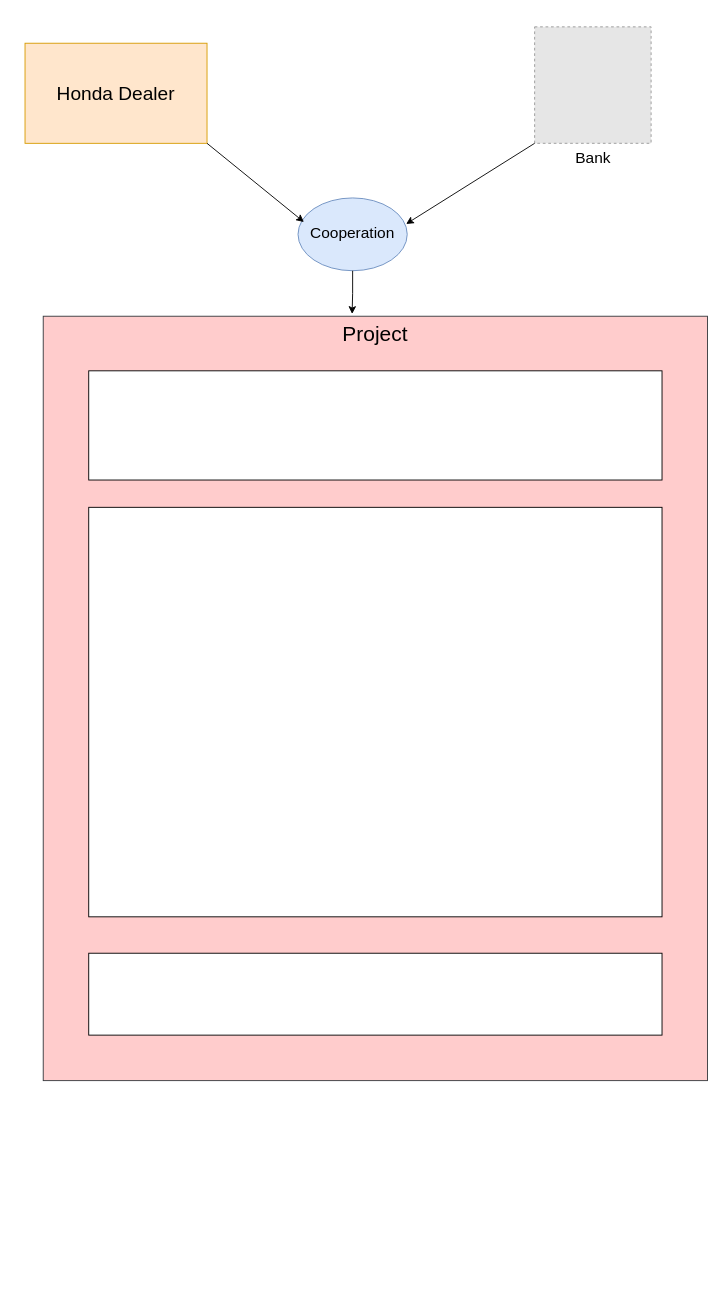
paidaxingz/draw.io keeps this draw.io diagram as 合作项目.drawio. Above is the earlier version. Source tidied: cells renumbered, new cells numbered last; positions are measured from the earlier drawing's top-left corner, leaving out a move shared by most shapes. Both pictures are drawn from the tidied source at 91%, with x=0, y=0 at pixel (25, 26). Pictures stored in the file or linked from it are replaced by grey dashed boxes.
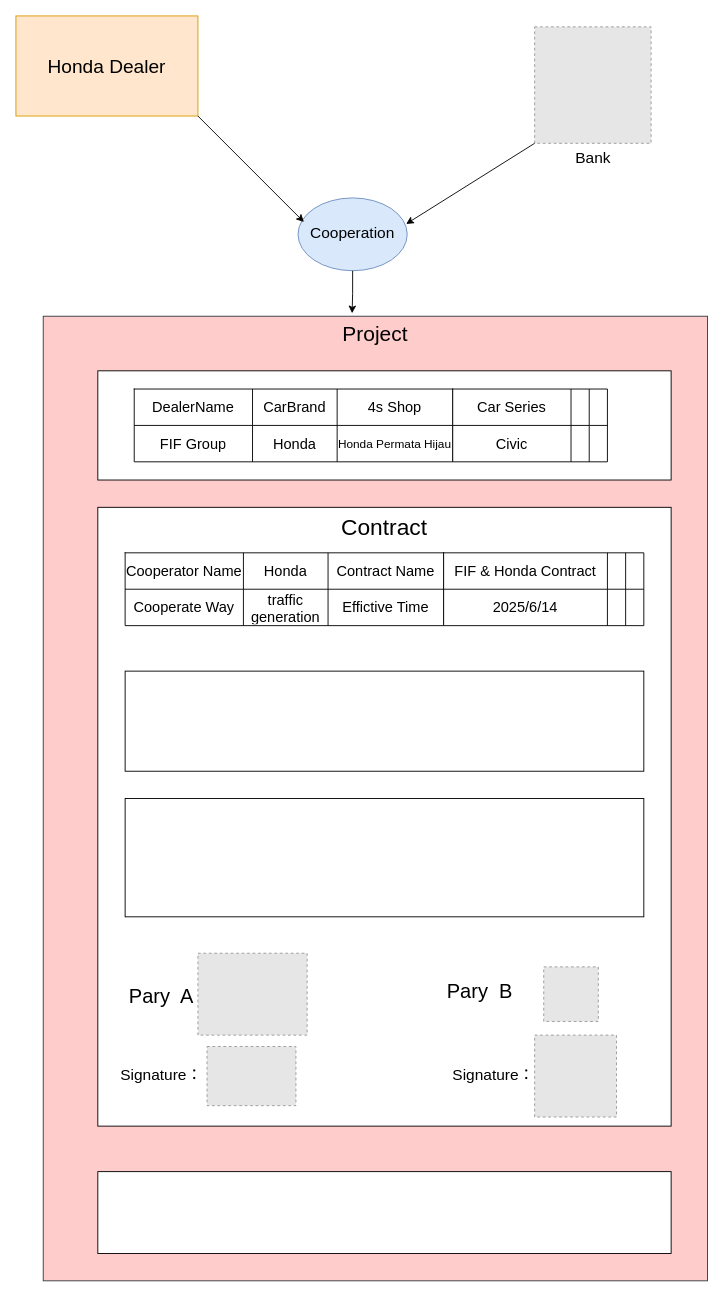
Above is the later version.

Commit message (it also covers changes not shown here):
更新合作项目.drawio

Diff of the diagram source:
```diff
@@
     <mxCell id="2" value="Honda Dealer" style="text;html=1;align=center;verticalAlign=middle;whiteSpace=wrap;rounded=0;fillColor=#ffe6cc;strokeColor=#d79b00;fontSize=21;" parent="1" vertex="1">
-      <mxGeometry y="18" width="200" height="110" as="geometry" />
+      <mxGeometry x="-10" y="-12" width="200" height="110" as="geometry" />
     </mxCell>
@@
     <mxCell id="7" value="Project" style="rounded=0;whiteSpace=wrap;html=1;verticalAlign=top;fontSize=23;fillColor=#ffcccc;strokeColor=#36393d;" parent="1" vertex="1">
-      <mxGeometry x="20" y="318" width="730" height="840" as="geometry" />
+      <mxGeometry x="20" y="318" width="730" height="1060" as="geometry" />
     </mxCell>
@@
     <mxCell id="9" style="rounded=0;whiteSpace=wrap;html=1;" parent="1" vertex="1">
-      <mxGeometry x="70" y="378" width="630" height="120" as="geometry" />
+      <mxGeometry x="80" y="378" width="630" height="120" as="geometry" />
     </mxCell>
-    <mxCell id="10" style="rounded=0;whiteSpace=wrap;html=1;" parent="1" vertex="1">
-      <mxGeometry x="70" y="528" width="630" height="450" as="geometry" />
+    <mxCell id="10" value="Contract" style="rounded=0;whiteSpace=wrap;html=1;verticalAlign=top;fontSize=25;" parent="1" vertex="1">
+      <mxGeometry x="80" y="528" width="630" height="680" as="geometry" />
     </mxCell>
     <mxCell id="11" style="rounded=0;whiteSpace=wrap;html=1;" parent="1" vertex="1">
-      <mxGeometry x="70" y="1018" width="630" height="90" as="geometry" />
+      <mxGeometry x="80" y="1258" width="630" height="90" as="geometry" />
     </mxCell>
+    <mxCell id="12" style="shape=table;startSize=0;childLayout=tableLayout;fontSize=16;" parent="1" vertex="1">
+      <mxGeometry x="120" y="398" width="350" height="80" as="geometry" />
+    </mxCell>
+    <mxCell id="13" style="shape=tableRow;horizontal=0;startSize=0;swimlaneHead=0;swimlaneBody=0;strokeColor=inherit;top=0;left=0;bottom=0;right=0;fillColor=none;fontSize=16;" parent="12" vertex="1">
+      <mxGeometry width="350" height="40" as="geometry" />
+    </mxCell>
+    <mxCell id="14" value="DealerName" style="shape=partialRectangle;html=1;whiteSpace=wrap;strokeColor=inherit;overflow=hidden;fillColor=none;top=0;left=0;bottom=0;right=0;fontSize=16;" parent="13" vertex="1">
+      <mxGeometry width="130" height="40" as="geometry" />
+    </mxCell>
+    <mxCell id="15" value="CarBrand" style="shape=partialRectangle;html=1;whiteSpace=wrap;strokeColor=inherit;overflow=hidden;fillColor=none;top=0;left=0;bottom=0;right=0;fontSize=16;" parent="13" vertex="1">
+      <mxGeometry x="130" width="93" height="40" as="geometry" />
+    </mxCell>
+    <mxCell id="16" value="4s Shop" style="shape=partialRectangle;html=1;whiteSpace=wrap;strokeColor=inherit;overflow=hidden;fillColor=none;top=0;left=0;bottom=0;right=0;fontSize=16;" parent="13" vertex="1">
+      <mxGeometry x="223" width="127" height="40" as="geometry" />
+    </mxCell>
+    <mxCell id="17" style="shape=tableRow;horizontal=0;startSize=0;swimlaneHead=0;swimlaneBody=0;strokeColor=inherit;top=0;left=0;bottom=0;right=0;fillColor=none;fontSize=16;" parent="12" vertex="1">
+      <mxGeometry y="40" width="350" height="40" as="geometry" />
+    </mxCell>
+    <mxCell id="18" value="FIF Group" style="shape=partialRectangle;html=1;whiteSpace=wrap;strokeColor=inherit;overflow=hidden;fillColor=none;top=0;left=0;bottom=0;right=0;fontSize=16;" parent="17" vertex="1">
+      <mxGeometry width="130" height="40" as="geometry" />
+    </mxCell>
+    <mxCell id="19" value="Honda" style="shape=partialRectangle;html=1;whiteSpace=wrap;strokeColor=inherit;overflow=hidden;fillColor=none;top=0;left=0;bottom=0;right=0;fontSize=16;" parent="17" vertex="1">
+      <mxGeometry x="130" width="93" height="40" as="geometry" />
+    </mxCell>
+    <mxCell id="20" value="&lt;span&gt;Honda Permata Hijau&lt;/span&gt;" style="shape=partialRectangle;html=1;whiteSpace=wrap;strokeColor=inherit;overflow=hidden;fillColor=none;top=0;left=0;bottom=0;right=0;fontSize=13;" parent="17" vertex="1">
+      <mxGeometry x="223" width="127" height="40" as="geometry" />
+    </mxCell>
+    <mxCell id="21" style="shape=table;startSize=0;childLayout=tableLayout;fontSize=16;" parent="1" vertex="1">
+      <mxGeometry x="470" y="398" width="170" height="80" as="geometry" />
+    </mxCell>
+    <mxCell id="22" style="shape=tableRow;horizontal=0;startSize=0;swimlaneHead=0;swimlaneBody=0;strokeColor=inherit;top=0;left=0;bottom=0;right=0;fillColor=none;fontSize=16;" parent="21" vertex="1">
+      <mxGeometry width="170" height="40" as="geometry" />
+    </mxCell>
+    <mxCell id="23" value="Car Series" style="shape=partialRectangle;html=1;whiteSpace=wrap;strokeColor=inherit;overflow=hidden;fillColor=none;top=0;left=0;bottom=0;right=0;fontSize=16;" parent="22" vertex="1">
+      <mxGeometry width="130" height="40" as="geometry" />
+    </mxCell>
+    <mxCell id="24" style="shape=partialRectangle;html=1;whiteSpace=wrap;strokeColor=inherit;overflow=hidden;fillColor=none;top=0;left=0;bottom=0;right=0;fontSize=16;" parent="22" vertex="1">
+      <mxGeometry x="130" width="20" height="40" as="geometry" />
+    </mxCell>
+    <mxCell id="25" style="shape=partialRectangle;html=1;whiteSpace=wrap;strokeColor=inherit;overflow=hidden;fillColor=none;top=0;left=0;bottom=0;right=0;fontSize=16;" parent="22" vertex="1">
+      <mxGeometry x="150" width="20" height="40" as="geometry" />
+    </mxCell>
+    <mxCell id="26" style="shape=tableRow;horizontal=0;startSize=0;swimlaneHead=0;swimlaneBody=0;strokeColor=inherit;top=0;left=0;bottom=0;right=0;fillColor=none;fontSize=16;" parent="21" vertex="1">
+      <mxGeometry y="40" width="170" height="40" as="geometry" />
+    </mxCell>
+    <mxCell id="27" value="Civic" style="shape=partialRectangle;html=1;whiteSpace=wrap;strokeColor=inherit;overflow=hidden;fillColor=none;top=0;left=0;bottom=0;right=0;fontSize=16;" parent="26" vertex="1">
+      <mxGeometry width="130" height="40" as="geometry" />
+    </mxCell>
+    <mxCell id="28" style="shape=partialRectangle;html=1;whiteSpace=wrap;strokeColor=inherit;overflow=hidden;fillColor=none;top=0;left=0;bottom=0;right=0;fontSize=16;" parent="26" vertex="1">
+      <mxGeometry x="130" width="20" height="40" as="geometry" />
+    </mxCell>
+    <mxCell id="29" style="shape=partialRectangle;html=1;whiteSpace=wrap;strokeColor=inherit;overflow=hidden;fillColor=none;top=0;left=0;bottom=0;right=0;fontSize=13;" parent="26" vertex="1">
+      <mxGeometry x="150" width="20" height="40" as="geometry" />
+    </mxCell>
+    <mxCell id="30" style="rounded=0;whiteSpace=wrap;html=1;" parent="1" vertex="1">
+      <mxGeometry x="110" y="708" width="570" height="110" as="geometry" />
+    </mxCell>
+    <mxCell id="31" style="rounded=0;whiteSpace=wrap;html=1;" parent="1" vertex="1">
+      <mxGeometry x="110" y="848" width="570" height="130" as="geometry" />
+    </mxCell>
+    <mxCell id="32" style="fillColor=#E6E6E6;strokeColor=#999999;dashed=1;verticalLabelPosition=bottom;labelBackgroundColor=default;verticalAlign=top;" parent="1" vertex="1">
+      <mxGeometry x="190" y="1018" width="120" height="90" as="geometry" />
+    </mxCell>
+    <mxCell id="33" style="fillColor=#E6E6E6;strokeColor=#999999;dashed=1;verticalLabelPosition=bottom;labelBackgroundColor=default;verticalAlign=top;" parent="1" vertex="1">
+      <mxGeometry x="570" y="1033" width="60" height="60" as="geometry" />
+    </mxCell>
+    <mxCell id="34" value="Pary&amp;nbsp; A" style="text;html=1;align=center;verticalAlign=middle;whiteSpace=wrap;rounded=0;fontSize=22;" parent="1" vertex="1">
+      <mxGeometry x="100" y="1038" width="100" height="55" as="geometry" />
+    </mxCell>
+    <mxCell id="35" value="Pary&amp;nbsp; B" style="text;html=1;align=center;verticalAlign=middle;whiteSpace=wrap;rounded=0;fontSize=22;" parent="1" vertex="1">
+      <mxGeometry x="450" y="1033" width="100" height="55" as="geometry" />
+    </mxCell>
+    <mxCell id="36" value="Signature：" style="text;html=1;align=center;verticalAlign=middle;whiteSpace=wrap;rounded=0;fontSize=17;" parent="1" vertex="1">
+      <mxGeometry x="95" y="1138" width="110" height="30" as="geometry" />
+    </mxCell>
+    <mxCell id="37" value="Signature：" style="text;html=1;align=center;verticalAlign=middle;whiteSpace=wrap;rounded=0;fontSize=17;" parent="1" vertex="1">
+      <mxGeometry x="460" y="1138" width="110" height="30" as="geometry" />
+    </mxCell>
+    <mxCell id="38" style="fillColor=#E6E6E6;strokeColor=#999999;dashed=1;verticalLabelPosition=bottom;labelBackgroundColor=default;verticalAlign=top;" parent="1" vertex="1">
+      <mxGeometry x="200" y="1120.5" width="97.7" height="65" as="geometry" />
+    </mxCell>
+    <mxCell id="39" style="fillColor=#E6E6E6;strokeColor=#999999;dashed=1;verticalLabelPosition=bottom;labelBackgroundColor=default;verticalAlign=top;" parent="1" vertex="1">
+      <mxGeometry x="560" y="1108" width="90" height="90" as="geometry" />
+    </mxCell>
+    <mxCell id="40" style="shape=table;startSize=0;childLayout=tableLayout;fontSize=16;" parent="1" vertex="1">
+      <mxGeometry x="110" y="578" width="350" height="80" as="geometry" />
+    </mxCell>
+    <mxCell id="41" style="shape=tableRow;horizontal=0;startSize=0;swimlaneHead=0;swimlaneBody=0;strokeColor=inherit;top=0;left=0;bottom=0;right=0;fillColor=none;fontSize=16;" parent="40" vertex="1">
+      <mxGeometry width="350" height="40" as="geometry" />
+    </mxCell>
+    <mxCell id="42" value="Cooperator Name" style="shape=partialRectangle;html=1;whiteSpace=wrap;strokeColor=inherit;overflow=hidden;fillColor=none;top=0;left=0;bottom=0;right=0;fontSize=16;" parent="41" vertex="1">
+      <mxGeometry width="130" height="40" as="geometry" />
+    </mxCell>
+    <mxCell id="43" value="Honda" style="shape=partialRectangle;html=1;whiteSpace=wrap;strokeColor=inherit;overflow=hidden;fillColor=none;top=0;left=0;bottom=0;right=0;fontSize=16;" parent="41" vertex="1">
+      <mxGeometry x="130" width="93" height="40" as="geometry" />
+    </mxCell>
+    <mxCell id="44" value="Contract Name" style="shape=partialRectangle;html=1;whiteSpace=wrap;strokeColor=inherit;overflow=hidden;fillColor=none;top=0;left=0;bottom=0;right=0;fontSize=16;" parent="41" vertex="1">
+      <mxGeometry x="223" width="127" height="40" as="geometry" />
+    </mxCell>
+    <mxCell id="45" style="shape=tableRow;horizontal=0;startSize=0;swimlaneHead=0;swimlaneBody=0;strokeColor=inherit;top=0;left=0;bottom=0;right=0;fillColor=none;fontSize=16;" parent="40" vertex="1">
+      <mxGeometry y="40" width="350" height="40" as="geometry" />
+    </mxCell>
+    <mxCell id="46" value="Cooperate Way" style="shape=partialRectangle;html=1;whiteSpace=wrap;strokeColor=inherit;overflow=hidden;fillColor=none;top=0;left=0;bottom=0;right=0;fontSize=16;" parent="45" vertex="1">
+      <mxGeometry width="130" height="40" as="geometry" />
+    </mxCell>
+    <mxCell id="47" value="traffic generation" style="shape=partialRectangle;html=1;whiteSpace=wrap;strokeColor=inherit;overflow=hidden;fillColor=none;top=0;left=0;bottom=0;right=0;fontSize=16;" parent="45" vertex="1">
+      <mxGeometry x="130" width="93" height="40" as="geometry" />
+    </mxCell>
+    <mxCell id="48" value="&lt;font style=&quot;font-size: 16px;&quot;&gt;Effictive Time&lt;/font&gt;" style="shape=partialRectangle;html=1;whiteSpace=wrap;strokeColor=inherit;overflow=hidden;fillColor=none;top=0;left=0;bottom=0;right=0;fontSize=13;" parent="45" vertex="1">
+      <mxGeometry x="223" width="127" height="40" as="geometry" />
+    </mxCell>
+    <mxCell id="49" style="shape=table;startSize=0;childLayout=tableLayout;fontSize=16;" parent="1" vertex="1">
+      <mxGeometry x="460" y="578" width="220" height="80" as="geometry" />
+    </mxCell>
+    <mxCell id="50" style="shape=tableRow;horizontal=0;startSize=0;swimlaneHead=0;swimlaneBody=0;strokeColor=inherit;top=0;left=0;bottom=0;right=0;fillColor=none;fontSize=16;" parent="49" vertex="1">
+      <mxGeometry width="220" height="40" as="geometry" />
+    </mxCell>
+    <mxCell id="51" value="FIF &amp;amp; Honda Contract" style="shape=partialRectangle;html=1;whiteSpace=wrap;strokeColor=inherit;overflow=hidden;fillColor=none;top=0;left=0;bottom=0;right=0;fontSize=16;" parent="50" vertex="1">
+      <mxGeometry width="180" height="40" as="geometry" />
+    </mxCell>
+    <mxCell id="52" style="shape=partialRectangle;html=1;whiteSpace=wrap;strokeColor=inherit;overflow=hidden;fillColor=none;top=0;left=0;bottom=0;right=0;fontSize=16;" parent="50" vertex="1">
+      <mxGeometry x="180" width="20" height="40" as="geometry" />
+    </mxCell>
+    <mxCell id="53" style="shape=partialRectangle;html=1;whiteSpace=wrap;strokeColor=inherit;overflow=hidden;fillColor=none;top=0;left=0;bottom=0;right=0;fontSize=16;" parent="50" vertex="1">
+      <mxGeometry x="200" width="20" height="40" as="geometry" />
+    </mxCell>
+    <mxCell id="54" style="shape=tableRow;horizontal=0;startSize=0;swimlaneHead=0;swimlaneBody=0;strokeColor=inherit;top=0;left=0;bottom=0;right=0;fillColor=none;fontSize=16;" parent="49" vertex="1">
+      <mxGeometry y="40" width="220" height="40" as="geometry" />
+    </mxCell>
+    <mxCell id="55" value="2025/6/14" style="shape=partialRectangle;html=1;whiteSpace=wrap;strokeColor=inherit;overflow=hidden;fillColor=none;top=0;left=0;bottom=0;right=0;fontSize=16;" parent="54" vertex="1">
+      <mxGeometry width="180" height="40" as="geometry" />
+    </mxCell>
+    <mxCell id="56" style="shape=partialRectangle;html=1;whiteSpace=wrap;strokeColor=inherit;overflow=hidden;fillColor=none;top=0;left=0;bottom=0;right=0;fontSize=16;" parent="54" vertex="1">
+      <mxGeometry x="180" width="20" height="40" as="geometry" />
+    </mxCell>
+    <mxCell id="57" style="shape=partialRectangle;html=1;whiteSpace=wrap;strokeColor=inherit;overflow=hidden;fillColor=none;top=0;left=0;bottom=0;right=0;fontSize=13;" parent="54" vertex="1">
+      <mxGeometry x="200" width="20" height="40" as="geometry" />
+    </mxCell>
```
